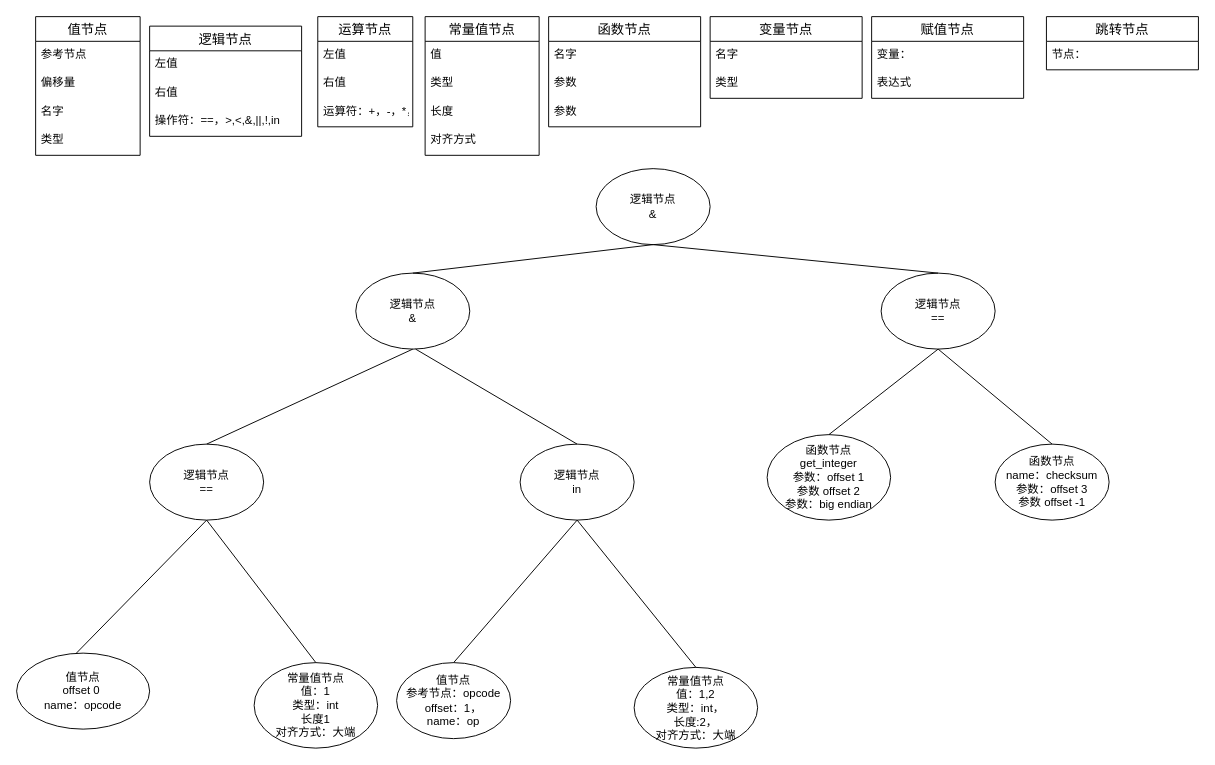
Above: Untitled Diagram.drawio in 123mgej/rsvpp (draw.io), before the change. Source tidied: cells renumbered, new cells numbered last; positions are measured from the earlier drawing's top-left corner, leaving out a move shared by most shapes. Both pictures are drawn from the tidied source at 95%, with x=0, y=0 at pixel (16, 16).
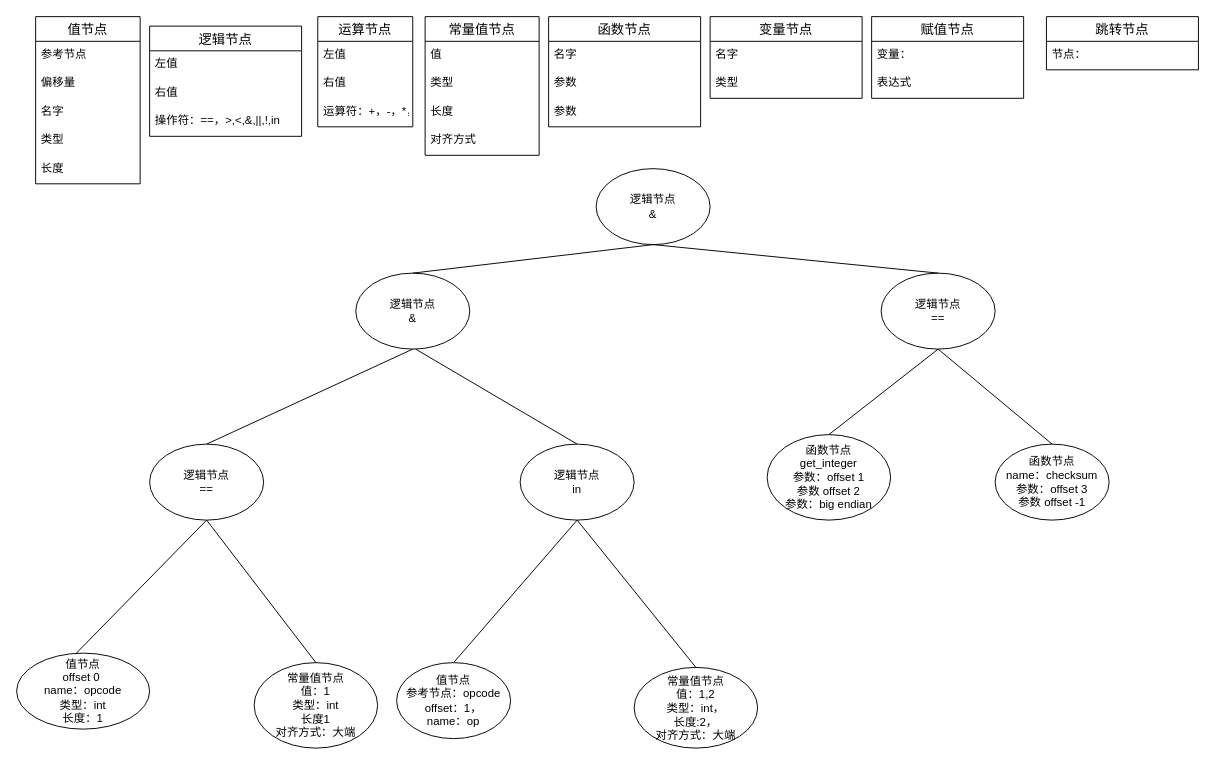
Above is the later version.

Diff of the diagram source:
```diff
@@
     <mxCell id="2" value="值节点" style="swimlane;fontStyle=0;horizontal=1;startSize=26;align=center;fontSize=14;" parent="1" vertex="1">
-      <mxGeometry x="20" width="110" height="146" as="geometry" />
+      <mxGeometry x="20" width="110" height="176" as="geometry" />
     </mxCell>
@@
+    <mxCell id="53" value="长度" style="text;strokeColor=none;fillColor=none;spacingLeft=4;spacingRight=4;overflow=hidden;fontSize=12;" parent="2" vertex="1">
+      <mxGeometry y="146" width="110" height="30" as="geometry" />
+    </mxCell>
@@
-    <mxCell id="36" value="值节点&lt;br&gt;offset 0&amp;nbsp;&lt;br&gt;name：opcode" style="ellipse;whiteSpace=wrap;html=1;" parent="1" vertex="1">
+    <mxCell id="36" value="值节点&lt;br&gt;offset 0&amp;nbsp;&lt;br&gt;name：opcode&lt;br&gt;类型：int&lt;br&gt;长度：1" style="ellipse;whiteSpace=wrap;html=1;" parent="1" vertex="1">
       <mxGeometry y="670" width="140" height="80" as="geometry" />
     </mxCell>
```
